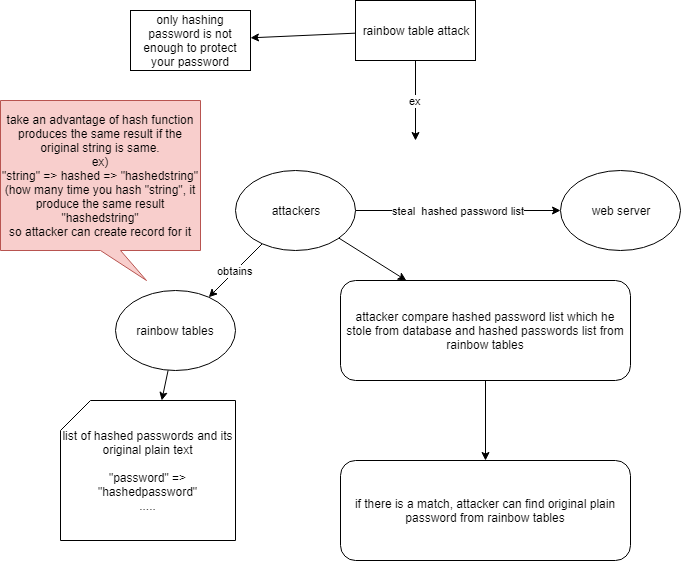
Earlier version of the draw.io export rainbow_tables_attack.png (stsiwo/security_concept). Source tidied: cells renumbered, new cells last; positions are measured from the earlier drawing's top-left corner, leaving out a move shared by most shapes.
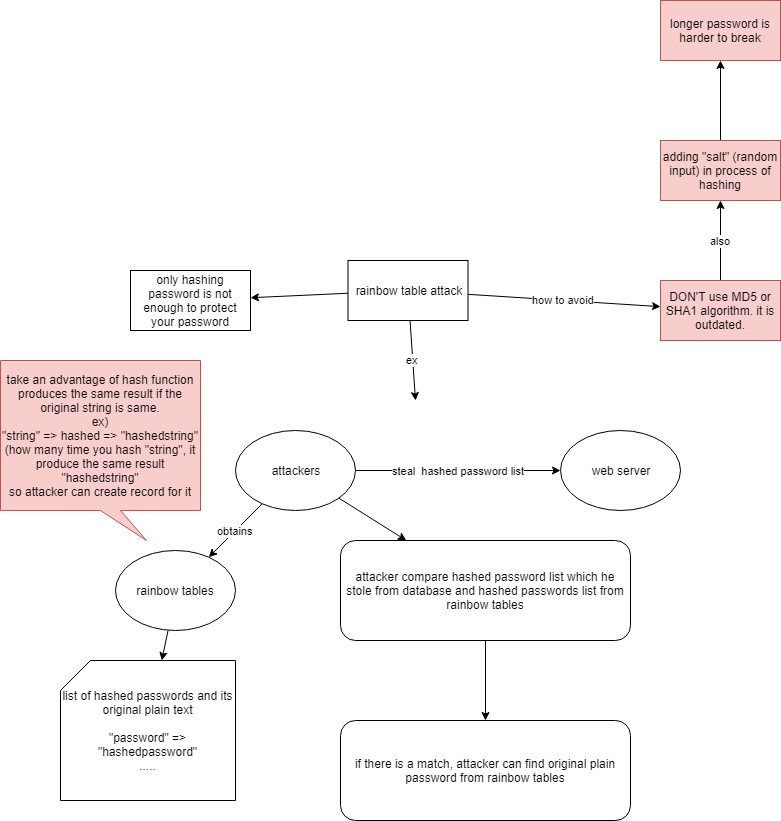
After the commit.

What changed in the source:
```diff
@@ -10,9 +10,27 @@
         <mxPoint x="415" y="140" as="targetPoint" />
       </mxGeometry>
     </mxCell>
+    <mxCell id="18" value="how to avoid" style="edgeStyle=none;rounded=0;html=1;jettySize=auto;" parent="1" edge="1" source="4" target="20">
+      <mxGeometry relative="1" as="geometry" />
+    </mxCell>
     <mxCell id="4" value="rainbow table attack" style="rounded=0;whiteSpace=wrap;html=1;" parent="1" vertex="1">
-      <mxGeometry x="355" width="120" height="60" as="geometry" />
+      <mxGeometry x="347.5" width="120" height="60" as="geometry" />
     </mxCell>
+    <mxCell id="19" value="also" style="edgeStyle=none;rounded=0;html=1;jettySize=auto;" parent="1" edge="1" source="20" target="22">
+      <mxGeometry relative="1" as="geometry" />
+    </mxCell>
+    <mxCell id="20" value="DON'T use MD5 or SHA1 algorithm. it is outdated." style="rounded=0;whiteSpace=wrap;html=1;fillColor=#f8cecc;strokeColor=#b85450;" parent="1" vertex="1">
+      <mxGeometry x="660" y="20" width="120" height="60" as="geometry" />
+    </mxCell>
+    <mxCell id="21" style="edgeStyle=none;rounded=0;html=1;jettySize=auto;" parent="1" edge="1" source="22" target="23">
+      <mxGeometry relative="1" as="geometry" />
+    </mxCell>
+    <mxCell id="22" value="adding &quot;salt&quot; (random input) in process of hashing" style="rounded=0;whiteSpace=wrap;html=1;fillColor=#f8cecc;strokeColor=#b85450;" parent="1" vertex="1">
+      <mxGeometry x="660" y="-120" width="120" height="60" as="geometry" />
+    </mxCell>
+    <mxCell id="23" value="longer password is harder to break" style="rounded=0;whiteSpace=wrap;html=1;fillColor=#f8cecc;strokeColor=#b85450;" parent="1" vertex="1">
+      <mxGeometry x="660" y="-260" width="120" height="60" as="geometry" />
+    </mxCell>
     <mxCell id="5" value="only hashing password is not enough to protect your password" style="rounded=0;whiteSpace=wrap;html=1;" parent="1" vertex="1">
       <mxGeometry x="130" y="10" width="120" height="60" as="geometry" />
     </mxCell>
```
